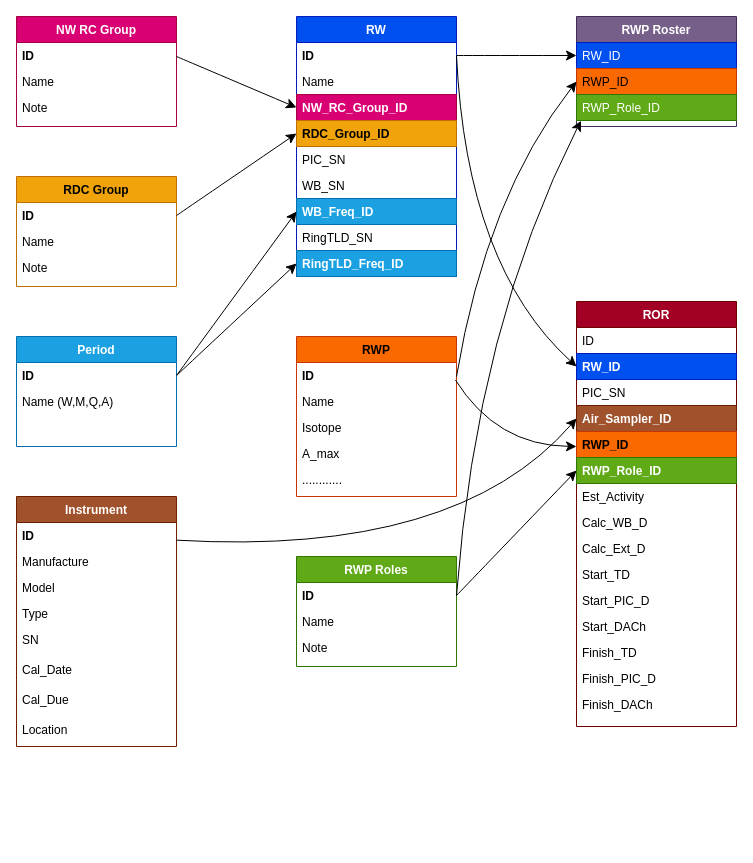
Before: page "Relationships" (1 of 2) of Rad Safety Database (1).drawio in houleyemballo/Work, a draw.io diagram. Source tidied: cells renumbered, new cells numbered last; positions are measured from the earlier drawing's top-left corner, leaving out a move shared by most shapes. Both pictures are drawn from the tidied source at 100%, with x=0, y=0 at pixel (16, 16).
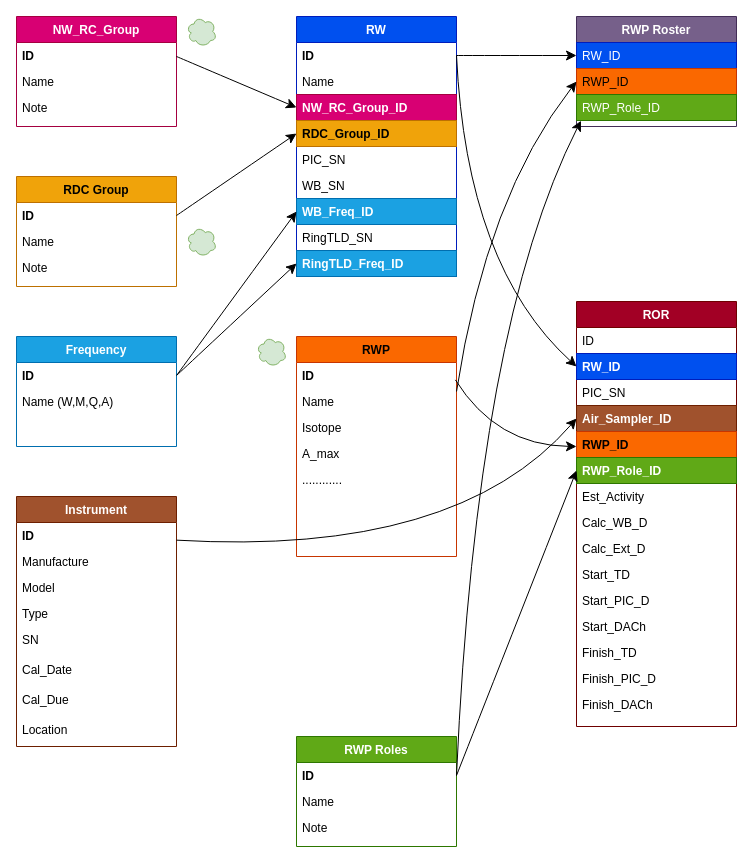
Above is the later version.

What changed in the source:
```diff
@@
-    <mxCell id="12" value="NW RC Group" style="swimlane;fontStyle=1;align=center;verticalAlign=top;horizontal=1;startSize=26;rounded=0;shadow=0;strokeWidth=1;fillColor=#d80073;strokeColor=#A50040;fontColor=#ffffff;" parent="1" vertex="1">
+    <mxCell id="12" value="NW_RC_Group" style="swimlane;fontStyle=1;align=center;verticalAlign=top;horizontal=1;startSize=26;rounded=0;shadow=0;strokeWidth=1;fillColor=#d80073;strokeColor=#A50040;fontColor=#ffffff;" parent="1" vertex="1">
       <mxGeometry width="160" height="110" as="geometry" />
     </mxCell>
@@
     <mxCell id="25" value="RWP" style="swimlane;fontStyle=1;align=center;verticalAlign=top;horizontal=1;startSize=26;rounded=0;shadow=0;strokeWidth=1;fillColor=#fa6800;strokeColor=#C73500;fontColor=#000000;" parent="1" vertex="1">
-      <mxGeometry x="280" y="320" width="160" height="160" as="geometry" />
+      <mxGeometry x="280" y="320" width="160" height="220" as="geometry" />
     </mxCell>
@@
     <mxCell id="30" value="............" style="text;align=left;verticalAlign=top;spacingLeft=4;spacingRight=4;overflow=hidden;rounded=0;shadow=0;html=0;" parent="25" vertex="1">
-      <mxGeometry y="130" width="160" height="26" as="geometry" />
+      <mxGeometry y="130" width="160" height="90" as="geometry" />
     </mxCell>
@@
-    <mxCell id="36" value="Period" style="swimlane;fontStyle=1;align=center;verticalAlign=top;horizontal=1;startSize=26;rounded=0;shadow=0;strokeWidth=1;fillColor=#1ba1e2;strokeColor=#006EAF;fontColor=#ffffff;" parent="1" vertex="1">
+    <mxCell id="36" value="Frequency" style="swimlane;fontStyle=1;align=center;verticalAlign=top;horizontal=1;startSize=26;rounded=0;shadow=0;strokeWidth=1;fillColor=#1ba1e2;strokeColor=#006EAF;fontColor=#ffffff;" parent="1" vertex="1">
       <mxGeometry y="320" width="160" height="110" as="geometry" />
     </mxCell>
@@
     <mxCell id="42" value="RWP Roles" style="swimlane;fontStyle=1;align=center;verticalAlign=top;horizontal=1;startSize=26;rounded=0;shadow=0;strokeWidth=1;fillColor=#60a917;strokeColor=#2D7600;fontColor=#ffffff;" parent="1" vertex="1">
-      <mxGeometry x="280" y="540" width="160" height="110" as="geometry" />
+      <mxGeometry x="280" y="720" width="160" height="110" as="geometry" />
     </mxCell>
@@
+    <mxCell id="73" style="ellipse;shape=cloud;whiteSpace=wrap;html=1;fillColor=#d5e8d4;strokeColor=#82b366;" parent="1" vertex="1">
+      <mxGeometry x="170" width="30" height="30" as="geometry" />
+    </mxCell>
+    <mxCell id="74" style="ellipse;shape=cloud;whiteSpace=wrap;html=1;fillColor=#d5e8d4;strokeColor=#82b366;" parent="1" vertex="1">
+      <mxGeometry x="240" y="320" width="30" height="30" as="geometry" />
+    </mxCell>
+    <mxCell id="75" style="ellipse;shape=cloud;whiteSpace=wrap;html=1;fillColor=#d5e8d4;strokeColor=#82b366;" parent="1" vertex="1">
+      <mxGeometry x="170" y="210" width="30" height="30" as="geometry" />
+    </mxCell>
```
